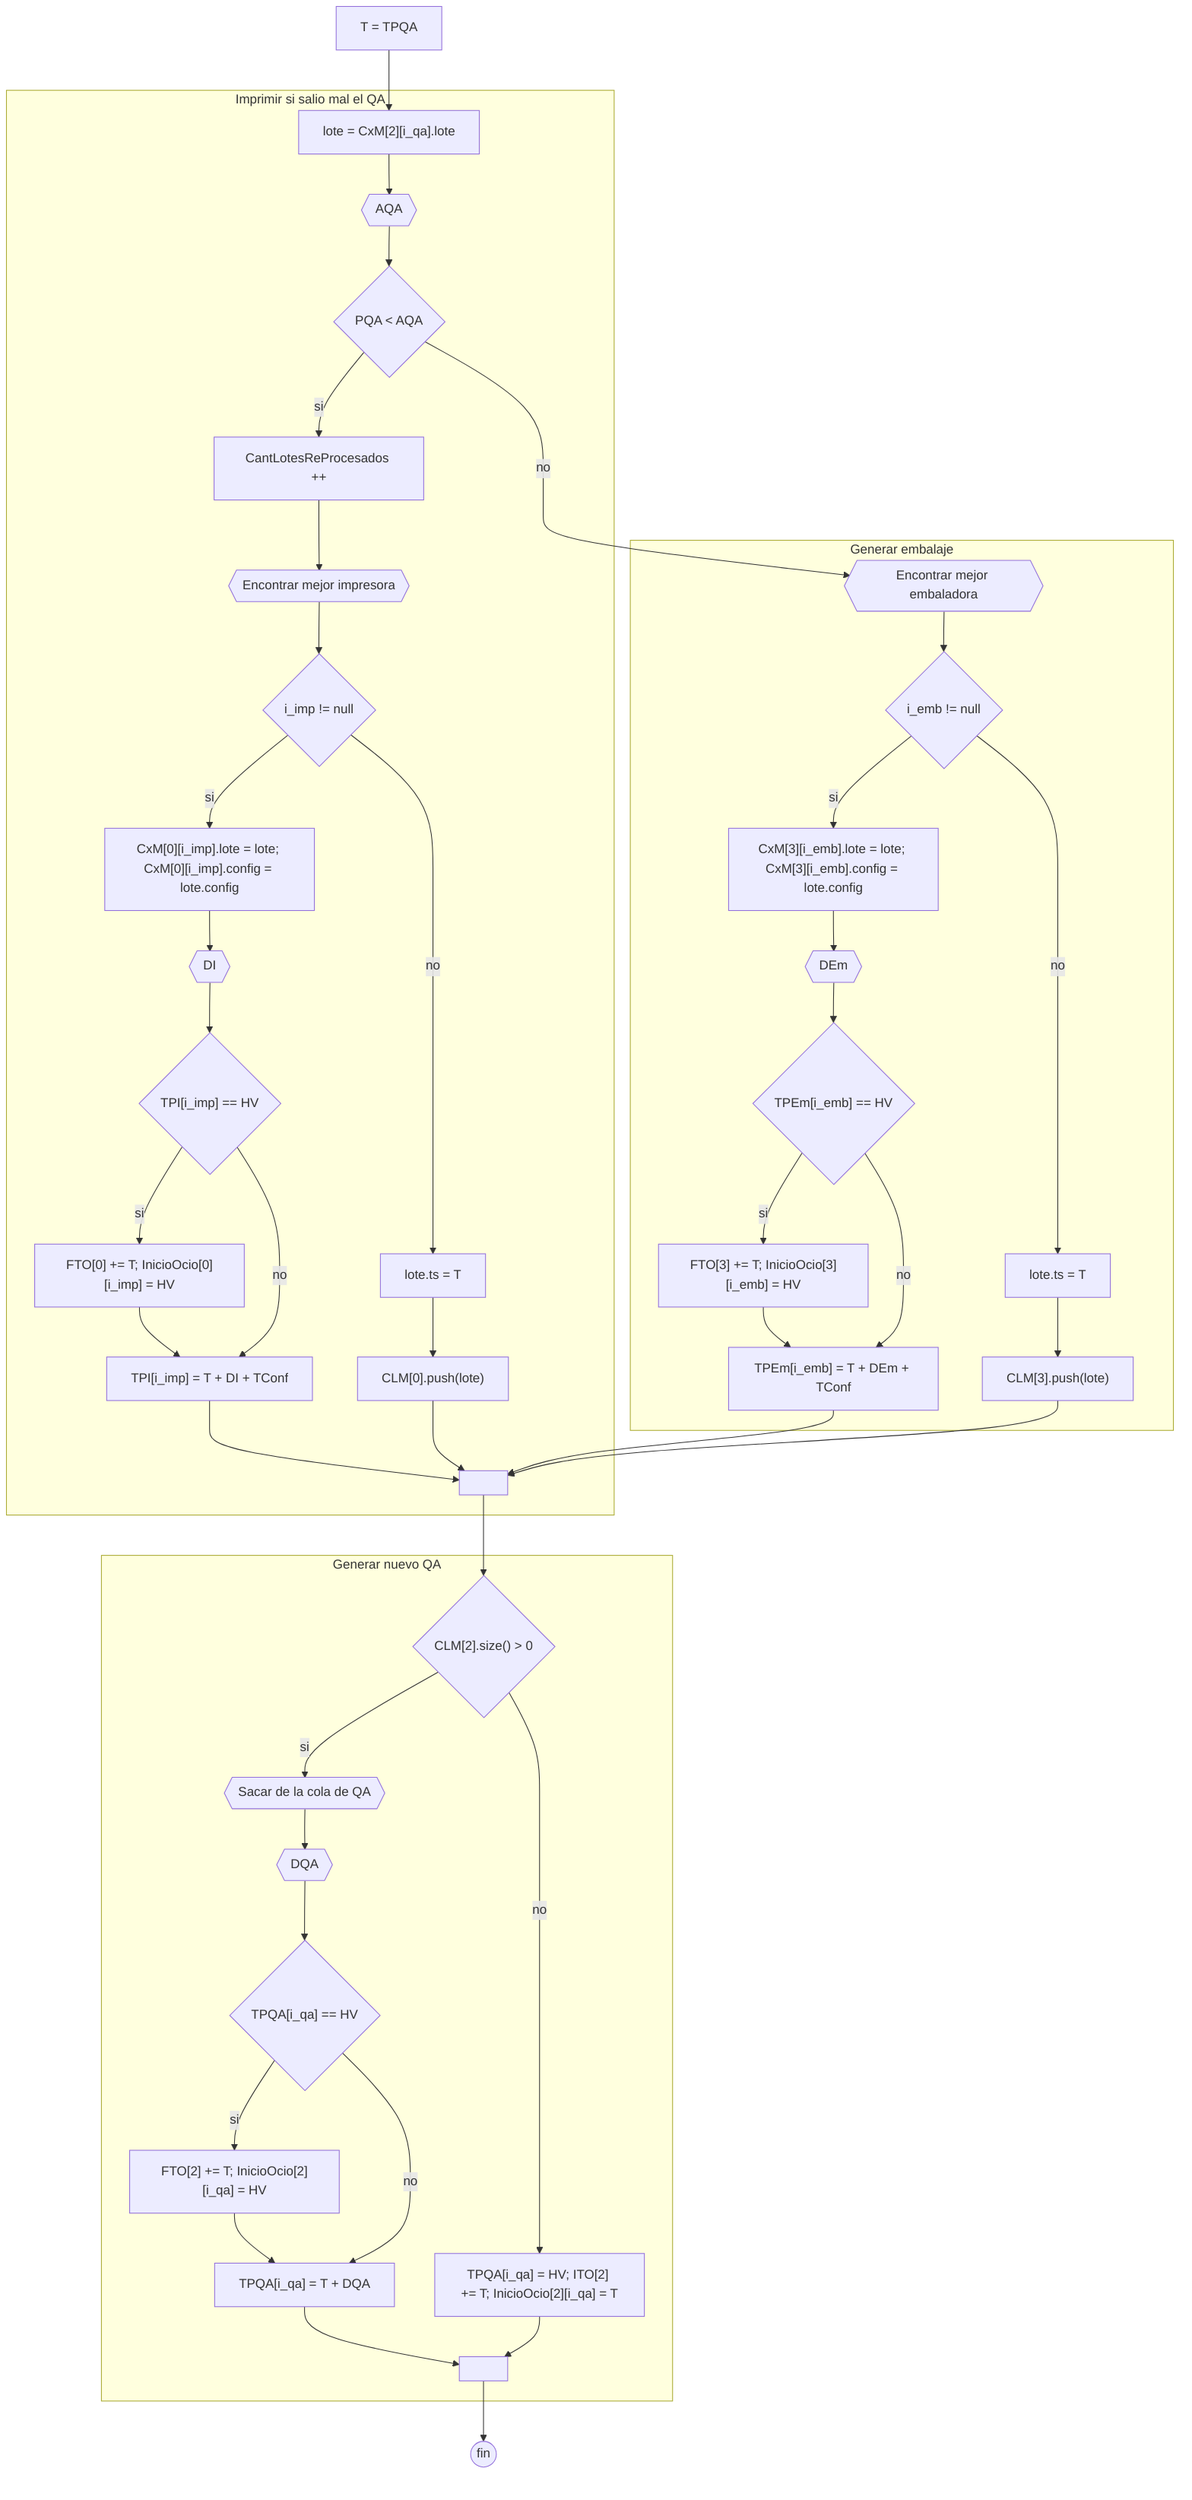
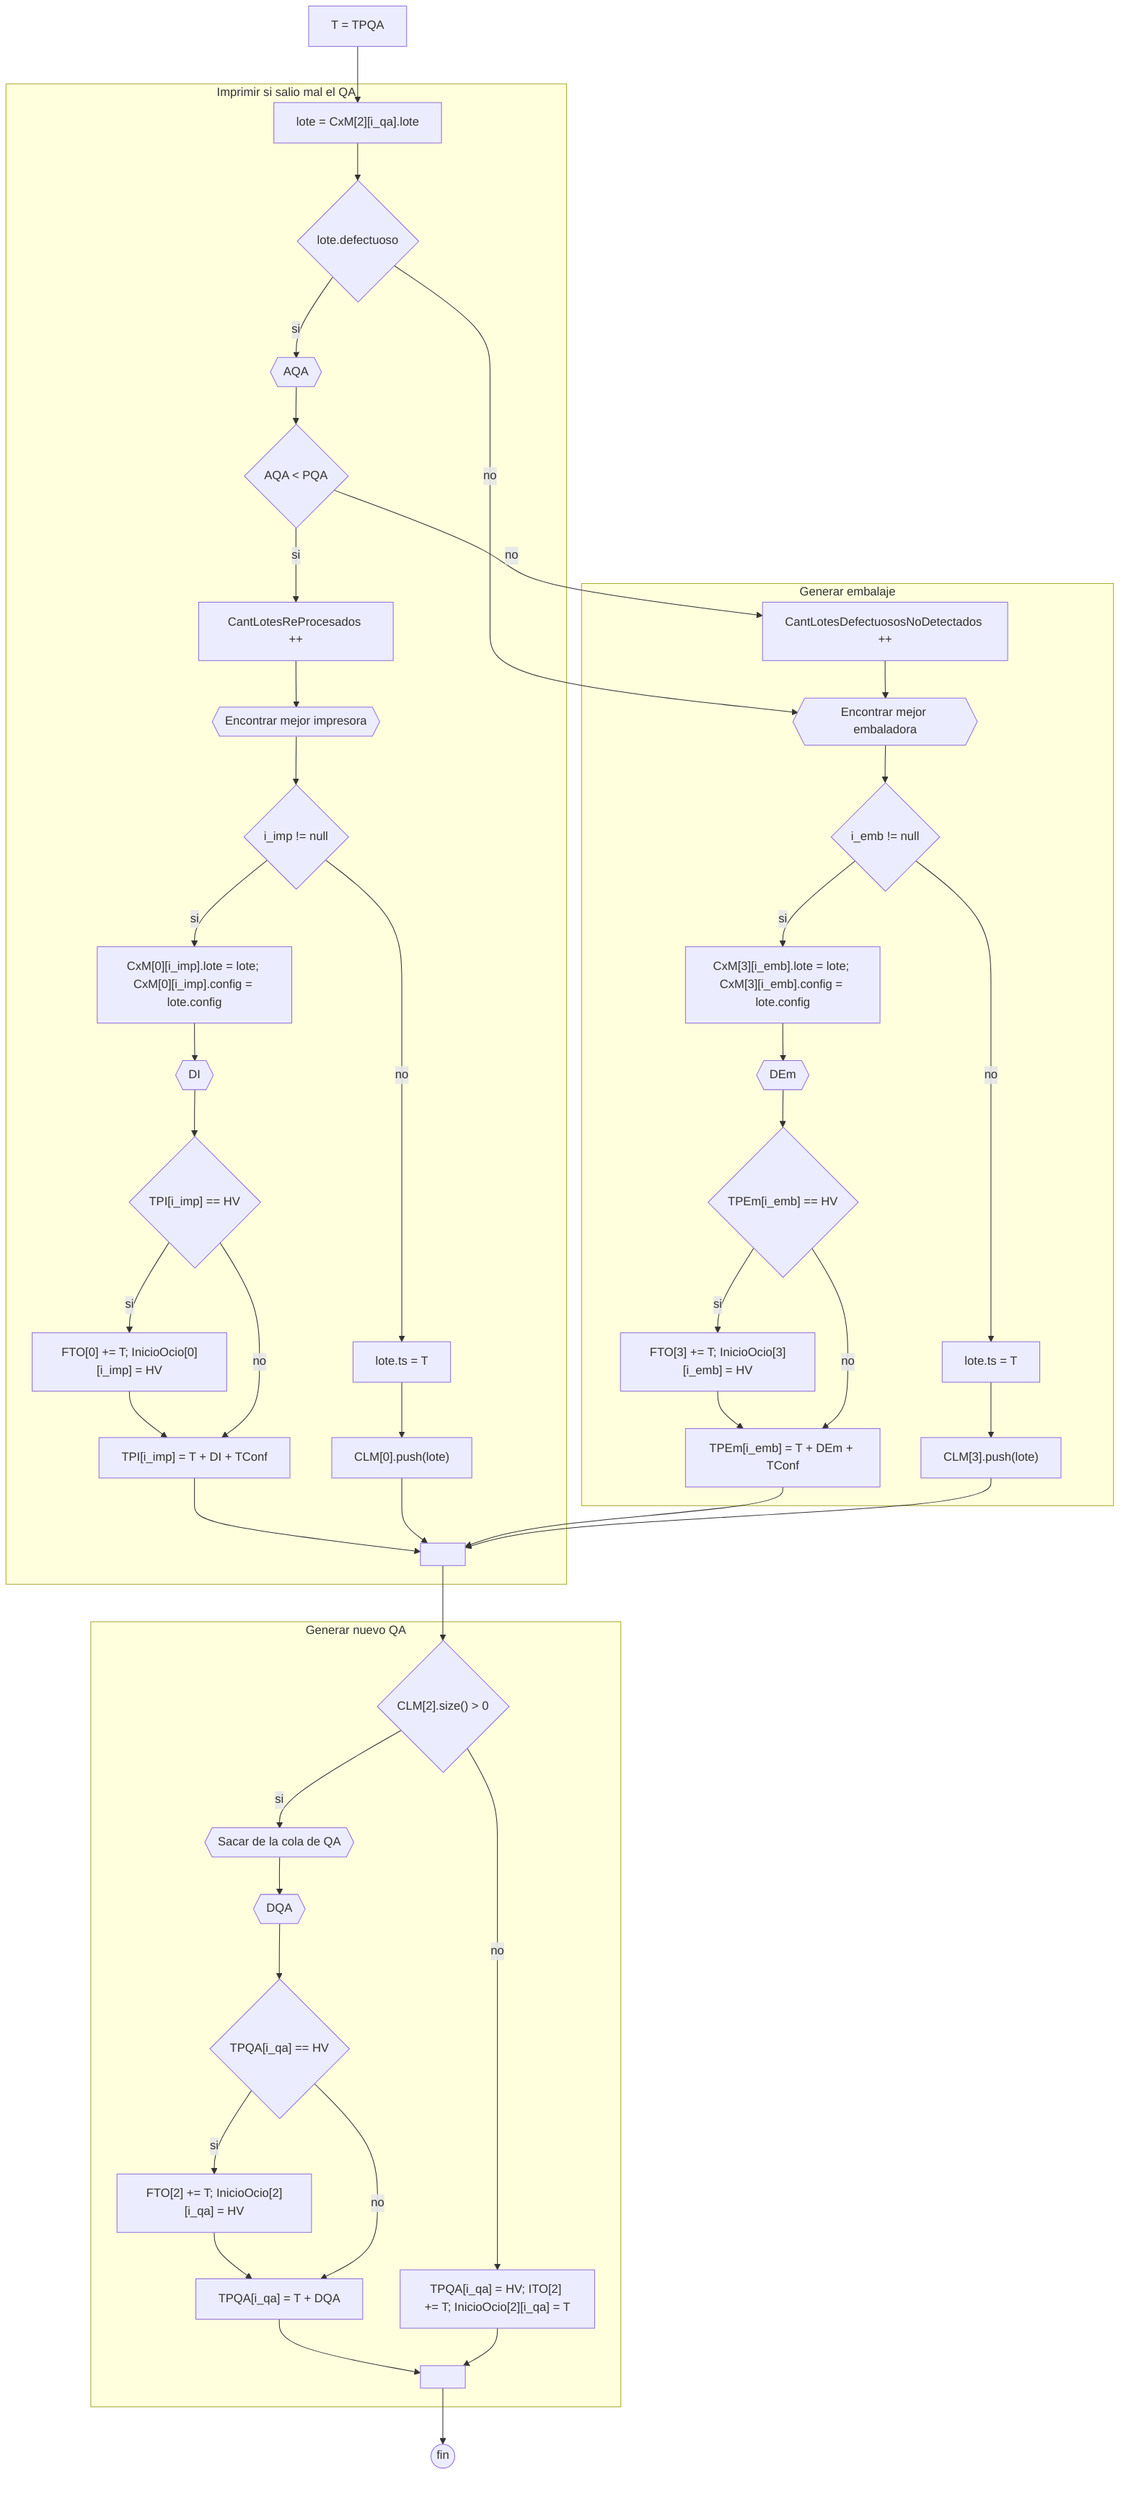
flowchart TD
    direction TD

    a[T = TPQA] --> lote["lote = CxM[2][i_qa].lote"]

    subgraph Imprimir si salio mal el QA
-     lote --> bb{{AQA}}
-     bb --> bb1{"PQA < AQA"}
+     lote --> defecto{"lote.defectuoso"}
+     defecto --> |si| bb{{AQA}}
+     bb --> bb1{"AQA < PQA"}
    bb1 --> |si| lol["CantLotesReProcesados ++"] --> e1{{Encontrar mejor impresora}} --> f1{"i_imp != null"}
    f1 --> |si| aimp["CxM[0][i_imp].lote = lote; CxM[0][i_imp].config = lote.config"] --> g1{{DI}} --> ii1{"TPI[i_imp] == HV"} --> |si| ii2["FTO[0] += T; InicioOcio[0][i_imp] = HV"] --> ii9
    ii1 --> |no| ii9["TPI[i_imp] = T + DI + TConf"] --> z[" "]
    f1 --> |no| z9["lote.ts = T"] --> h1["CLM[0].push(lote)"] --> z
    end

    subgraph Generar embalaje
-     bb1 --> |no| g{{Encontrar mejor embaladora}} --> if2{"i_emb != null"}
+     defecto --> |no| g{{Encontrar mejor embaladora}}
+     bb1 --> |no| escape["CantLotesDefectuososNoDetectados ++"] --> g
+     g --> if2{"i_emb != null"}
    if2 --> |si| aemb["CxM[3][i_emb].lote = lote; CxM[3][i_emb].config = lote.config"] --> aaa{{DEm}} --> iaa1{"TPEm[i_emb] == HV"} --> |si| iaa2["FTO[3] += T; InicioOcio[3][i_emb] = HV"] --> hhh
    iaa1 --> |no| hhh["TPEm[i_emb] = T + DEm + TConf"] --> z
    if2 --> |no| z99["lote.ts = T"] --> aa["CLM[3].push(lote)"]  --> z
    end

    subgraph Generar nuevo QA
    z --> if{"CLM[2].size() > 0"}
    if --> |si| e{{"Sacar de la cola de QA"}} --> s{{DQA}} --> i1{"TPQA[i_qa] == HV"} --> |si| i2["FTO[2] += T; InicioOcio[2][i_qa] = HV"] --> b
    i1 --> |no| b["TPQA[i_qa] = T + DQA"] --> l[" "]
    if --> |no| zz["TPQA[i_qa] = HV; ITO[2] += T; InicioOcio[2][i_qa] = T"] --> l
    end

    l --> fin((fin))
